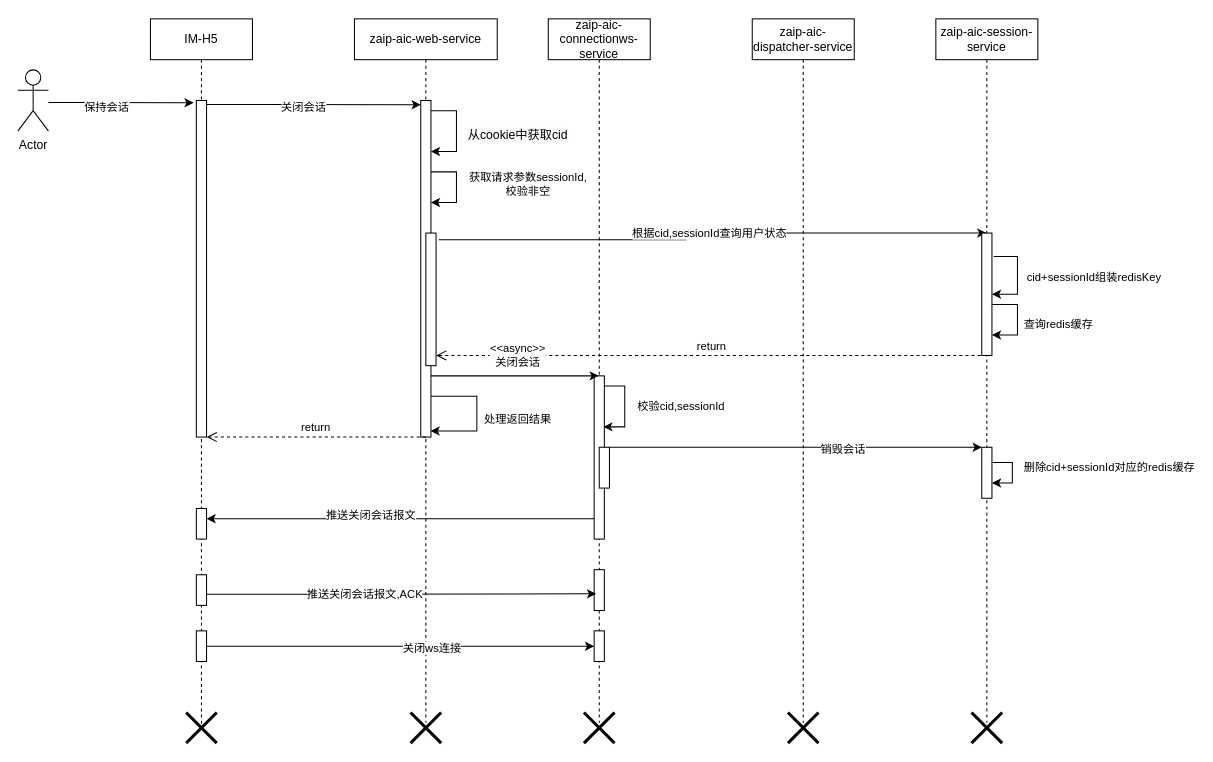
This is 保持会话.drawio from hack0303/draw.io-store, a draw.io file, before an edit. Source tidied: cells renumbered, new cells numbered last; positions are measured from the earlier drawing's top-left corner, leaving out a move shared by most shapes. Both pictures are drawn from the tidied source at 102%, with x=0, y=0 at pixel (17, 18).
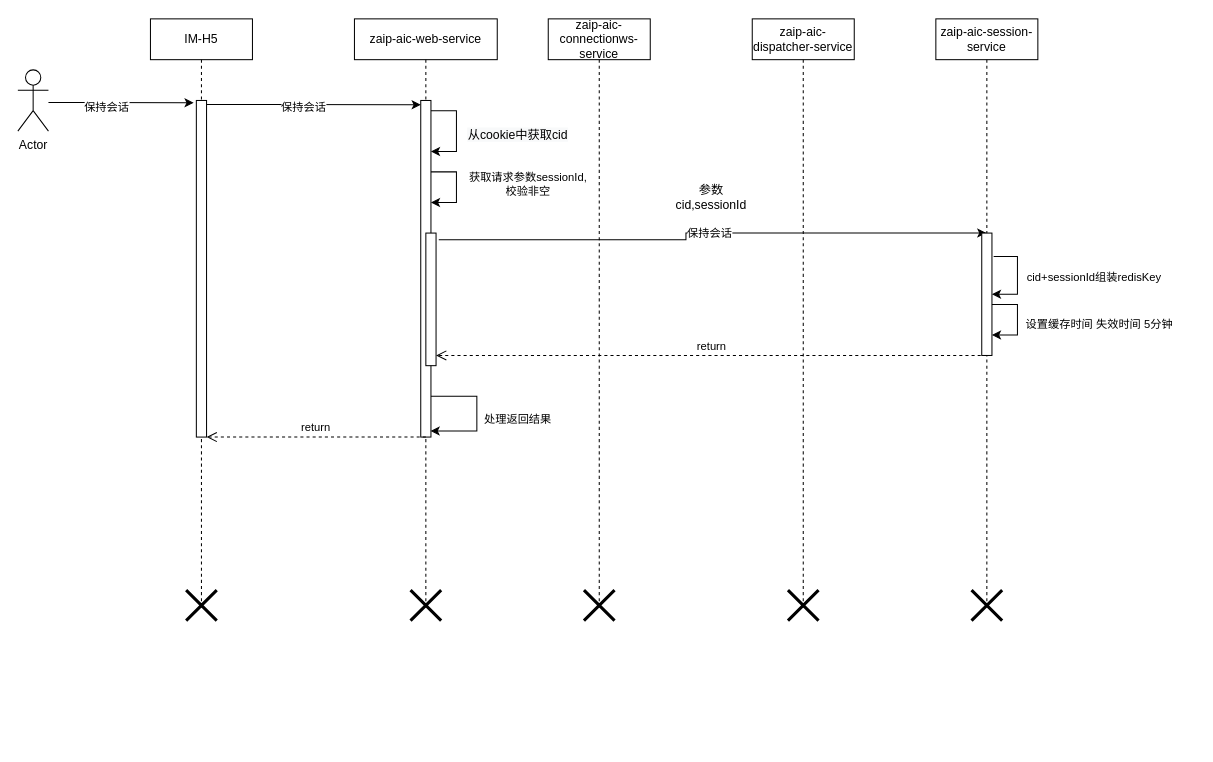
The same diagram, later.

Commit message:
更新保持会话.drawio

The change refers to these unchanged cells:
```xml
<mxCell id="10" style="html=1;points=[];perimeter=orthogonalPerimeter;" parent="9" vertex="1">
  <mxGeometry x="45" y="210" width="10" height="120" as="geometry" />
</mxCell>
<mxCell id="17" style="html=1;points=[];perimeter=orthogonalPerimeter;" parent="16" vertex="1">
  <mxGeometry x="65" y="80" width="10" height="330" as="geometry" />
</mxCell>
<mxCell id="21" style="html=1;points=[];perimeter=orthogonalPerimeter;" parent="16" vertex="1">
  <mxGeometry x="70" y="210" width="10" height="130" as="geometry" />
</mxCell>
<mxCell id="36" style="edgeStyle=orthogonalEdgeStyle;rounded=0;jettySize=auto;html=1;entryX=0;entryY=0.013;entryDx=0;entryDy=0;entryPerimeter=0;" parent="1" edge="1" source="32" target="17">
  <mxGeometry relative="1" as="geometry">
    <Array as="points">
      <mxPoint x="240" y="84" />
      <mxPoint x="240" y="84" />
    </Array>
  </mxGeometry>
</mxCell>
```

Diff of the diagram source:
```diff
@@
-    <mxCell id="2" value="根据cid,sessionId查询用户状态" style="edgeStyle=orthogonalEdgeStyle;rounded=0;jettySize=auto;html=1;exitX=1.267;exitY=0.05;exitDx=0;exitDy=0;exitPerimeter=0;" parent="1" edge="1" source="21" target="9">
+    <mxCell id="2" value="保持会话" style="edgeStyle=orthogonalEdgeStyle;rounded=0;jettySize=auto;html=1;exitX=1.267;exitY=0.05;exitDx=0;exitDy=0;exitPerimeter=0;" parent="1" edge="1" source="21" target="9">
       <mxGeometry relative="1" as="geometry">
         <Array as="points">
           <mxPoint x="655" y="217" />
           <mxPoint x="655" y="210" />
         </Array>
       </mxGeometry>
     </mxCell>
     <mxCell id="3" value="zaip-aic-connectionws-service" style="shape=umlLifeline;perimeter=lifelinePerimeter;whiteSpace=wrap;html=1;outlineConnect=0;" parent="1" vertex="1">
-      <mxGeometry x="520" width="100" height="690" as="geometry" />
+      <mxGeometry x="520" width="100" height="580" as="geometry" />
     </mxCell>
-    <mxCell id="4" style="html=1;points=[];perimeter=orthogonalPerimeter;" parent="3" vertex="1">
-      <mxGeometry x="45" y="350" width="10" height="160" as="geometry" />
-    </mxCell>
-    <mxCell id="5" value="校验cid,sessionId" style="edgeStyle=orthogonalEdgeStyle;rounded=0;jettySize=auto;html=1;" parent="3" edge="1" source="4">
-      <mxGeometry x="-0.02" y="55" relative="1" as="geometry">
-        <mxPoint x="54" y="400" as="targetPoint" />
-        <Array as="points">
-          <mxPoint x="75" y="360" />
-          <mxPoint x="75" y="400" />
-          <mxPoint x="54" y="400" />
-        </Array>
-      </mxGeometry>
-    </mxCell>
-    <mxCell id="6" style="html=1;points=[];perimeter=orthogonalPerimeter;" parent="3" vertex="1">
-      <mxGeometry x="50" y="420" width="10" height="40" as="geometry" />
-    </mxCell>
-    <mxCell id="7" style="html=1;points=[];perimeter=orthogonalPerimeter;" parent="3" vertex="1">
-      <mxGeometry x="45" y="540" width="10" height="40" as="geometry" />
-    </mxCell>
-    <mxCell id="8" style="html=1;points=[];perimeter=orthogonalPerimeter;" parent="3" vertex="1">
-      <mxGeometry x="45" y="600" width="10" height="30" as="geometry" />
-    </mxCell>
     <mxCell id="9" value="zaip-aic-session-service" style="shape=umlLifeline;perimeter=lifelinePerimeter;whiteSpace=wrap;html=1;outlineConnect=0;" parent="1" vertex="1">
-      <mxGeometry x="900" width="100" height="690" as="geometry" />
+      <mxGeometry x="900" width="100" height="580" as="geometry" />
     </mxCell>
@@
-    <mxCell id="12" value="查询redis缓存" style="edgeStyle=orthogonalEdgeStyle;rounded=0;jettySize=auto;html=1;" parent="9" edge="1" source="10">
-      <mxGeometry x="0.12" y="40" relative="1" as="geometry">
+    <mxCell id="12" value="设置缓存时间 失效时间 5分钟" style="edgeStyle=orthogonalEdgeStyle;rounded=0;jettySize=auto;html=1;" parent="9" edge="1" source="10">
+      <mxGeometry x="0.12" y="80" relative="1" as="geometry">
         <mxPoint x="55" y="310" as="targetPoint" />
         <Array as="points">
           <mxPoint x="80" y="280" />
           <mxPoint x="80" y="310" />
         </Array>
       </mxGeometry>
     </mxCell>
-    <mxCell id="13" style="html=1;points=[];perimeter=orthogonalPerimeter;" parent="9" vertex="1">
-      <mxGeometry x="45" y="420" width="10" height="50" as="geometry" />
-    </mxCell>
-    <mxCell id="14" value="删除cid+sessionId对应的redis缓存" style="edgeStyle=orthogonalEdgeStyle;rounded=0;orthogonalLoop=1;jettySize=auto;html=1;" parent="9" edge="1" source="13" target="13">
-      <mxGeometry x="-0.17" y="95" relative="1" as="geometry" />
-    </mxCell>
+    <mxCell id="22" style="shape=umlDestroy;whiteSpace=wrap;html=1;strokeWidth=3;" parent="9" vertex="1">
+      <mxGeometry x="-515" y="560" width="30" height="30" as="geometry" />
+    </mxCell>
+    <mxCell id="35" style="shape=umlDestroy;whiteSpace=wrap;html=1;strokeWidth=3;" parent="9" vertex="1">
+      <mxGeometry x="-735" y="560" width="30" height="30" as="geometry" />
+    </mxCell>
+    <mxCell id="45" style="shape=umlDestroy;whiteSpace=wrap;html=1;strokeWidth=3;" parent="9" vertex="1">
+      <mxGeometry x="-345" y="560" width="30" height="30" as="geometry" />
+    </mxCell>
+    <mxCell id="46" style="shape=umlDestroy;whiteSpace=wrap;html=1;strokeWidth=3;" parent="9" vertex="1">
+      <mxGeometry x="-145" y="560" width="30" height="30" as="geometry" />
+    </mxCell>
+    <mxCell id="47" style="shape=umlDestroy;whiteSpace=wrap;html=1;strokeWidth=3;" parent="9" vertex="1">
+      <mxGeometry x="35" y="560" width="30" height="30" as="geometry" />
+    </mxCell>
     <mxCell id="15" value="zaip-aic-dispatcher-service" style="shape=umlLifeline;perimeter=lifelinePerimeter;whiteSpace=wrap;html=1;" parent="1" vertex="1">
-      <mxGeometry x="720" width="100" height="690" as="geometry" />
+      <mxGeometry x="720" width="100" height="580" as="geometry" />
     </mxCell>
     <mxCell id="16" value="zaip-aic-web-service" style="shape=umlLifeline;perimeter=lifelinePerimeter;whiteSpace=wrap;html=1;" parent="1" vertex="1">
-      <mxGeometry x="330" width="140" height="690" as="geometry" />
+      <mxGeometry x="330" width="140" height="580" as="geometry" />
     </mxCell>
@@
-    <mxCell id="22" style="shape=umlDestroy;whiteSpace=wrap;html=1;strokeWidth=3;" parent="16" vertex="1">
-      <mxGeometry x="55" y="680" width="30" height="30" as="geometry" />
-    </mxCell>
@@
-    <mxCell id="25" value="&amp;lt;&amp;lt;async&amp;gt;&amp;gt;&lt;br&gt;关闭会话" style="edgeStyle=orthogonalEdgeStyle;rounded=0;jettySize=auto;html=1;" parent="1" edge="1" source="17" target="3">
-      <mxGeometry x="0.03" y="20" relative="1" as="geometry">
-        <Array as="points">
-          <mxPoint x="500" y="350" />
-          <mxPoint x="500" y="350" />
-        </Array>
-      </mxGeometry>
-    </mxCell>
-    <mxCell id="26" style="edgeStyle=orthogonalEdgeStyle;rounded=0;jettySize=auto;html=1;" parent="1" edge="1" source="6">
-      <mxGeometry relative="1" as="geometry">
-        <mxPoint x="945" y="420" as="targetPoint" />
-        <Array as="points">
-          <mxPoint x="945" y="420" />
-        </Array>
-      </mxGeometry>
-    </mxCell>
-    <mxCell id="27" value="销毁会话" style="edgeLabel;html=1;align=center;verticalAlign=middle;" parent="26" vertex="1">
-      <mxGeometry x="0.25" y="-1" relative="1" as="geometry" />
-    </mxCell>
@@
     <mxCell id="31" value="IM-H5" style="shape=umlLifeline;perimeter=lifelinePerimeter;whiteSpace=wrap;html=1;" parent="1" vertex="1">
-      <mxGeometry x="130" width="100" height="700" as="geometry" />
+      <mxGeometry x="130" width="100" height="580" as="geometry" />
     </mxCell>
@@
-    <mxCell id="33" style="html=1;points=[];perimeter=orthogonalPerimeter;" parent="31" vertex="1">
-      <mxGeometry x="45" y="545" width="10" height="30" as="geometry" />
-    </mxCell>
-    <mxCell id="34" style="html=1;points=[];perimeter=orthogonalPerimeter;" parent="31" vertex="1">
-      <mxGeometry x="45" y="600" width="10" height="30" as="geometry" />
-    </mxCell>
-    <mxCell id="35" style="shape=umlDestroy;whiteSpace=wrap;html=1;strokeWidth=3;" parent="31" vertex="1">
-      <mxGeometry x="35" y="680" width="30" height="30" as="geometry" />
-    </mxCell>
@@
-    <mxCell id="37" value="关闭会话" style="edgeLabel;html=1;align=center;verticalAlign=middle;" parent="36" vertex="1">
+    <mxCell id="37" value="保持会话" style="edgeLabel;html=1;align=center;verticalAlign=middle;" parent="36" vertex="1">
       <mxGeometry x="-0.2" y="-2" relative="1" as="geometry">
         <mxPoint x="11" as="offset" />
       </mxGeometry>
     </mxCell>
-    <mxCell id="38" style="html=1;points=[];perimeter=orthogonalPerimeter;" parent="1" vertex="1">
-      <mxGeometry x="175" y="480" width="10" height="30" as="geometry" />
-    </mxCell>
-    <mxCell id="39" style="edgeStyle=orthogonalEdgeStyle;rounded=0;jettySize=auto;html=1;" parent="1" edge="1" source="4" target="38">
-      <mxGeometry relative="1" as="geometry">
-        <Array as="points">
-          <mxPoint x="450" y="490" />
-          <mxPoint x="450" y="490" />
-        </Array>
-      </mxGeometry>
-    </mxCell>
-    <mxCell id="40" value="推送关闭会话报文" style="edgeLabel;html=1;align=center;verticalAlign=middle;" parent="39" vertex="1">
-      <mxGeometry x="0.16" y="-4" relative="1" as="geometry" />
-    </mxCell>
-    <mxCell id="41" style="edgeStyle=orthogonalEdgeStyle;rounded=0;jettySize=auto;html=1;entryX=0.2;entryY=0.592;entryDx=0;entryDy=0;entryPerimeter=0;" parent="1" edge="1" source="33" target="7">
-      <mxGeometry relative="1" as="geometry">
-        <Array as="points">
-          <mxPoint x="280" y="564" />
-          <mxPoint x="280" y="564" />
-        </Array>
-      </mxGeometry>
-    </mxCell>
-    <mxCell id="42" value="推送关闭会话报文,ACK" style="edgeLabel;html=1;align=center;verticalAlign=middle;" parent="41" vertex="1">
-      <mxGeometry x="-0.19" relative="1" as="geometry" />
-    </mxCell>
-    <mxCell id="43" style="edgeStyle=orthogonalEdgeStyle;rounded=0;jettySize=auto;html=1;" parent="1" edge="1" source="34" target="8">
-      <mxGeometry relative="1" as="geometry" />
-    </mxCell>
-    <mxCell id="44" value="关闭ws连接" style="edgeLabel;html=1;align=center;verticalAlign=middle;" parent="43" vertex="1">
-      <mxGeometry x="0.16" y="-1" relative="1" as="geometry" />
-    </mxCell>
-    <mxCell id="45" style="shape=umlDestroy;whiteSpace=wrap;html=1;strokeWidth=3;" parent="1" vertex="1">
-      <mxGeometry x="555" y="680" width="30" height="30" as="geometry" />
-    </mxCell>
-    <mxCell id="46" style="shape=umlDestroy;whiteSpace=wrap;html=1;strokeWidth=3;" parent="1" vertex="1">
-      <mxGeometry x="755" y="680" width="30" height="30" as="geometry" />
-    </mxCell>
-    <mxCell id="47" style="shape=umlDestroy;whiteSpace=wrap;html=1;strokeWidth=3;" parent="1" vertex="1">
-      <mxGeometry x="935" y="680" width="30" height="30" as="geometry" />
-    </mxCell>
+    <mxCell id="48" value="参数cid,sessionId" style="text;html=1;strokeColor=none;fillColor=none;align=center;verticalAlign=middle;whiteSpace=wrap;rounded=0;" parent="1" vertex="1">
+      <mxGeometry x="650" y="160" width="60" height="30" as="geometry" />
+    </mxCell>
```
